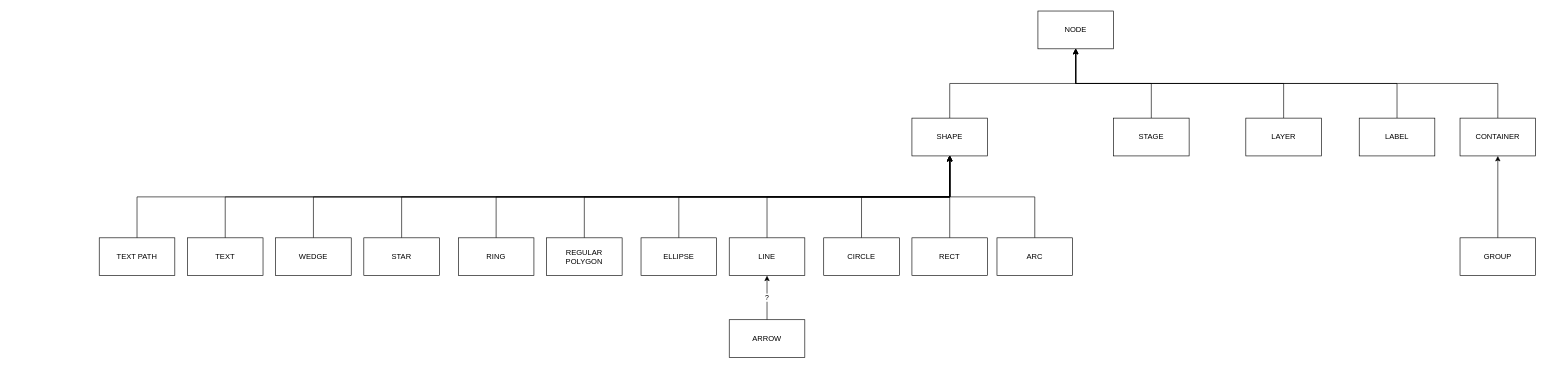
The draw.io diagram Docs/KonvaHierarchy.drawio in xevilmaxx/BlazorKonva, before the edit. Source tidied: cells renumbered, new cells numbered last; positions are measured from the earlier drawing's top-left corner, leaving out a move shared by most shapes. Both pictures are drawn from the tidied source at 63%, with x=0, y=0 at pixel (99, 11).
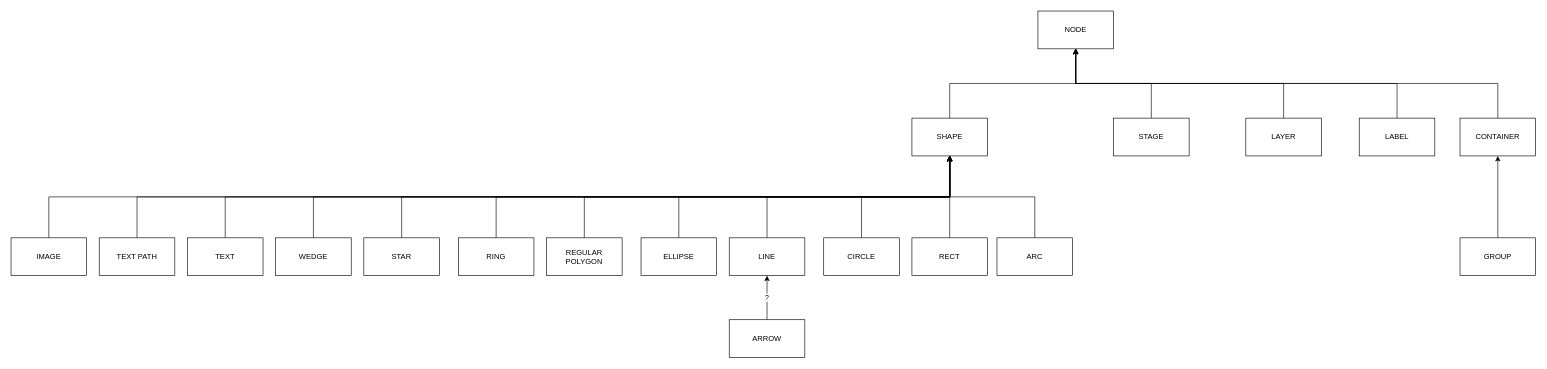
The same page after the edit.

Unchanged cells that the change refers to:
```xml
<mxCell id="4" value="SHAPE" style="rounded=0;whiteSpace=wrap;html=1;" parent="1" vertex="1">
  <mxGeometry x="1290" y="170" width="120" height="60" as="geometry" />
</mxCell>
```

Diff of the diagram source:
```diff
@@
+    <mxCell id="39" style="edgeStyle=orthogonalEdgeStyle;rounded=0;jettySize=auto;html=1;entryX=0.5;entryY=1;entryDx=0;entryDy=0;exitX=0.5;exitY=0;exitDx=0;exitDy=0;" parent="1" edge="1" source="40" target="4">
+      <mxGeometry relative="1" as="geometry" />
+    </mxCell>
+    <mxCell id="40" value="IMAGE" style="rounded=0;whiteSpace=wrap;html=1;" parent="1" vertex="1">
+      <mxGeometry x="-140" y="360" width="120" height="60" as="geometry" />
+    </mxCell>
```
